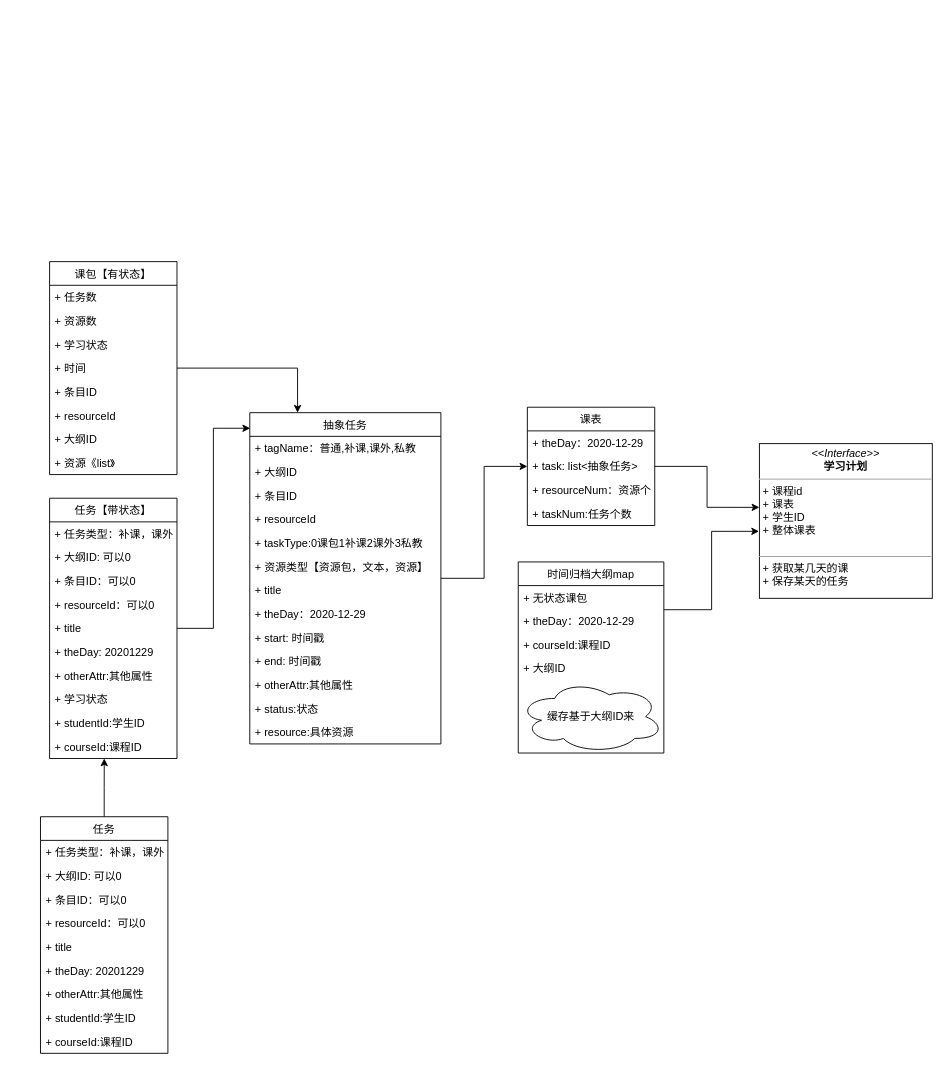
Earlier version of the draw.io diagram 学习计划 .drawio (lxp521125/pic). Source tidied: cells renumbered, new cells numbered last; positions are measured from the earlier drawing's top-left corner, leaving out a move shared by most shapes. Both pictures are drawn from the tidied source at 91%, with x=0, y=0 at pixel (40, 261).
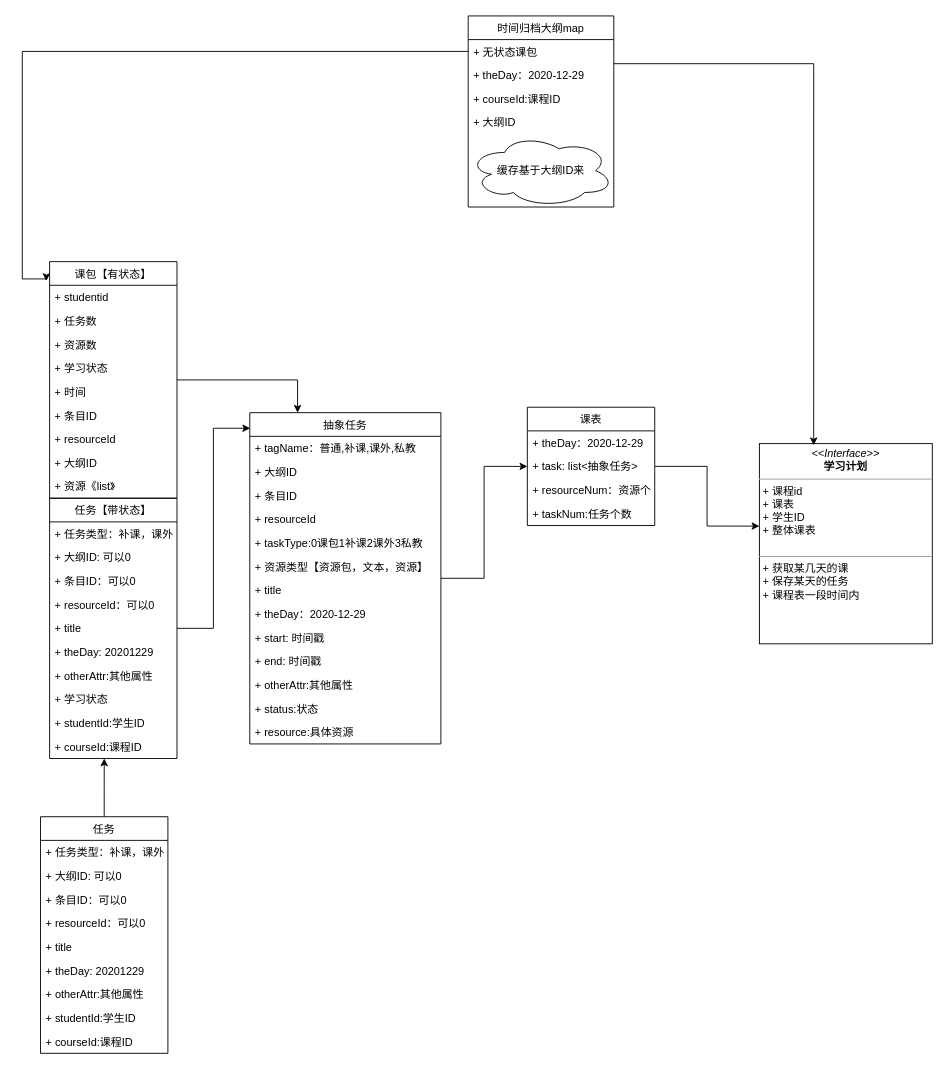
Above is the later version.

The change refers to these unchanged cells:
```xml
<mxCell id="32" value="+ 无状态课包" style="text;strokeColor=none;fillColor=none;align=left;verticalAlign=top;spacingLeft=4;spacingRight=4;overflow=hidden;points=[[0,0.5],[1,0.5]];portConstraint=eastwest;" parent="31" vertex="1">
  <mxGeometry y="26" width="160" height="26" as="geometry" />
</mxCell>
```

The edit, as a diff of the source:
```diff
@@
-    <mxCell id="2" value="&lt;p style=&quot;margin: 0px ; margin-top: 4px ; text-align: center&quot;&gt;&lt;i&gt;&amp;lt;&amp;lt;Interface&amp;gt;&amp;gt;&lt;/i&gt;&lt;br&gt;&lt;b&gt;学习计划&lt;/b&gt;&lt;/p&gt;&lt;hr size=&quot;1&quot;&gt;&lt;p style=&quot;margin: 0px ; margin-left: 4px&quot;&gt;+&amp;nbsp;课程id&lt;/p&gt;&lt;p style=&quot;margin: 0px ; margin-left: 4px&quot;&gt;+&amp;nbsp;课表&lt;br&gt;+&amp;nbsp;学生ID&lt;/p&gt;&lt;p style=&quot;margin: 0px ; margin-left: 4px&quot;&gt;+&amp;nbsp;整体课表&lt;/p&gt;&lt;br&gt;&lt;hr size=&quot;1&quot;&gt;&lt;p style=&quot;margin: 0px ; margin-left: 4px&quot;&gt;+&amp;nbsp;获取某几天的课&lt;br&gt;+&amp;nbsp;保存某天的任务&lt;/p&gt;" style="verticalAlign=top;align=left;overflow=fill;fontSize=12;fontFamily=Helvetica;html=1;" parent="1" vertex="1">
-      <mxGeometry x="790" y="200" width="190" height="170" as="geometry" />
+    <mxCell id="2" value="&lt;p style=&quot;margin: 0px ; margin-top: 4px ; text-align: center&quot;&gt;&lt;i&gt;&amp;lt;&amp;lt;Interface&amp;gt;&amp;gt;&lt;/i&gt;&lt;br&gt;&lt;b&gt;学习计划&lt;/b&gt;&lt;/p&gt;&lt;hr size=&quot;1&quot;&gt;&lt;p style=&quot;margin: 0px ; margin-left: 4px&quot;&gt;+&amp;nbsp;课程id&lt;/p&gt;&lt;p style=&quot;margin: 0px ; margin-left: 4px&quot;&gt;+&amp;nbsp;课表&lt;br&gt;+&amp;nbsp;学生ID&lt;/p&gt;&lt;p style=&quot;margin: 0px ; margin-left: 4px&quot;&gt;+&amp;nbsp;整体课表&lt;/p&gt;&lt;br&gt;&lt;hr size=&quot;1&quot;&gt;&lt;p style=&quot;margin: 0px ; margin-left: 4px&quot;&gt;+&amp;nbsp;获取某几天的课&lt;br&gt;+&amp;nbsp;保存某天的任务&lt;/p&gt;&lt;p style=&quot;margin: 0px ; margin-left: 4px&quot;&gt;+&amp;nbsp;课程表一段时间内&lt;/p&gt;" style="verticalAlign=top;align=left;overflow=fill;fontSize=12;fontFamily=Helvetica;html=1;" parent="1" vertex="1">
+      <mxGeometry x="790" y="200" width="190" height="220" as="geometry" />
     </mxCell>
@@
     <mxCell id="9" value="课包【有状态】" style="swimlane;fontStyle=0;horizontal=1;startSize=26;fillColor=none;" parent="1" vertex="1">
-      <mxGeometry x="10" width="140" height="234" as="geometry" />
+      <mxGeometry x="10" width="140" height="260" as="geometry" />
     </mxCell>
-    <mxCell id="10" value="+ 任务数" style="text;strokeColor=none;fillColor=none;align=left;verticalAlign=top;spacingLeft=4;spacingRight=4;overflow=hidden;" parent="9" vertex="1">
+    <mxCell id="10" value="+ studentid" style="text;strokeColor=none;fillColor=none;align=left;verticalAlign=top;spacingLeft=4;spacingRight=4;overflow=hidden;" parent="9" vertex="1">
       <mxGeometry y="26" width="140" height="26" as="geometry" />
     </mxCell>
+    <mxCell id="64" value="+ 任务数" style="text;strokeColor=none;fillColor=none;align=left;verticalAlign=top;spacingLeft=4;spacingRight=4;overflow=hidden;" parent="9" vertex="1">
+      <mxGeometry y="52" width="140" height="26" as="geometry" />
+    </mxCell>
     <mxCell id="11" value="+ 资源数" style="text;strokeColor=none;fillColor=none;align=left;verticalAlign=top;spacingLeft=4;spacingRight=4;overflow=hidden;" parent="9" vertex="1">
-      <mxGeometry y="52" width="140" height="26" as="geometry" />
+      <mxGeometry y="78" width="140" height="26" as="geometry" />
     </mxCell>
     <mxCell id="12" value="+ 学习状态" style="text;strokeColor=none;fillColor=none;align=left;verticalAlign=top;spacingLeft=4;spacingRight=4;overflow=hidden;" parent="9" vertex="1">
-      <mxGeometry y="78" width="140" height="26" as="geometry" />
+      <mxGeometry y="104" width="140" height="26" as="geometry" />
     </mxCell>
     <mxCell id="13" value="+ 时间" style="text;strokeColor=none;fillColor=none;align=left;verticalAlign=top;spacingLeft=4;spacingRight=4;overflow=hidden;" parent="9" vertex="1">
-      <mxGeometry y="104" width="140" height="26" as="geometry" />
+      <mxGeometry y="130" width="140" height="26" as="geometry" />
     </mxCell>
     <mxCell id="14" value="+ 条目ID" style="text;strokeColor=none;fillColor=none;align=left;verticalAlign=top;spacingLeft=4;spacingRight=4;overflow=hidden;" parent="9" vertex="1">
-      <mxGeometry y="130" width="140" height="26" as="geometry" />
+      <mxGeometry y="156" width="140" height="26" as="geometry" />
     </mxCell>
     <mxCell id="15" value="+ resourceId" style="text;strokeColor=none;fillColor=none;align=left;verticalAlign=top;spacingLeft=4;spacingRight=4;overflow=hidden;" parent="9" vertex="1">
-      <mxGeometry y="156" width="140" height="26" as="geometry" />
+      <mxGeometry y="182" width="140" height="26" as="geometry" />
     </mxCell>
     <mxCell id="16" value="+ 大纲ID" style="text;strokeColor=none;fillColor=none;align=left;verticalAlign=top;spacingLeft=4;spacingRight=4;overflow=hidden;" parent="9" vertex="1">
-      <mxGeometry y="182" width="140" height="26" as="geometry" />
+      <mxGeometry y="208" width="140" height="26" as="geometry" />
     </mxCell>
     <mxCell id="17" value="+ 资源《list》" style="text;strokeColor=none;fillColor=none;align=left;verticalAlign=top;spacingLeft=4;spacingRight=4;overflow=hidden;" parent="9" vertex="1">
-      <mxGeometry y="208" width="140" height="26" as="geometry" />
+      <mxGeometry y="234" width="140" height="26" as="geometry" />
     </mxCell>
@@
-    <mxCell id="30" style="edgeStyle=orthogonalEdgeStyle;rounded=0;jettySize=auto;html=1;exitX=1;exitY=0.25;exitDx=0;exitDy=0;entryX=-0.002;entryY=0.567;entryDx=0;entryDy=0;entryPerimeter=0;" parent="1" edge="1" source="31" target="2">
+    <mxCell id="30" style="edgeStyle=orthogonalEdgeStyle;rounded=0;jettySize=auto;html=1;exitX=1;exitY=0.25;exitDx=0;exitDy=0;entryX=0.314;entryY=0.008;entryDx=0;entryDy=0;entryPerimeter=0;" parent="1" edge="1" source="31" target="2">
       <mxGeometry relative="1" as="geometry" />
     </mxCell>
     <mxCell id="31" value="时间归档大纲map" style="swimlane;fontStyle=0;horizontal=1;startSize=26;fillColor=none;" parent="1" vertex="1">
-      <mxGeometry x="525" y="330" width="160" height="210" as="geometry" />
+      <mxGeometry x="470" y="-270" width="160" height="210" as="geometry" />
     </mxCell>
@@
+    <mxCell id="65" style="edgeStyle=orthogonalEdgeStyle;rounded=0;jettySize=auto;html=1;entryX=-0.026;entryY=0.082;entryDx=0;entryDy=0;entryPerimeter=0;" parent="1" edge="1" source="32" target="9">
+      <mxGeometry relative="1" as="geometry">
+        <Array as="points">
+          <mxPoint x="-20" y="-231" />
+          <mxPoint x="-20" y="19" />
+        </Array>
+      </mxGeometry>
+    </mxCell>
```
